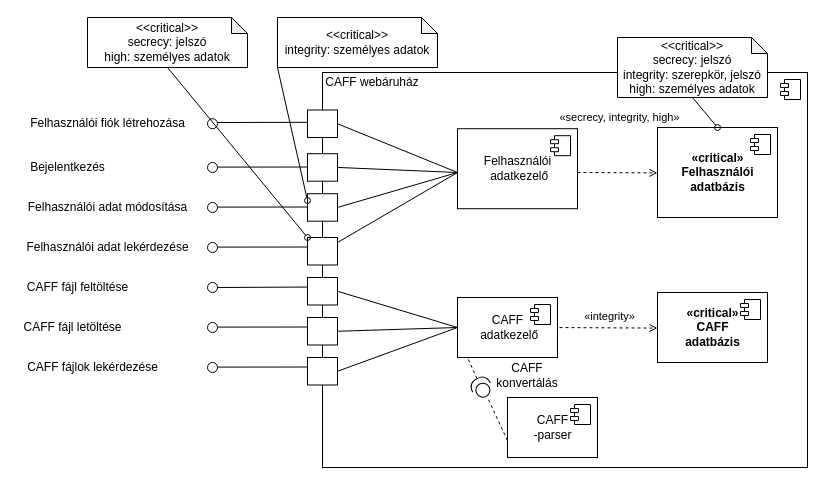
mmarci19/VIHIMA06-hf keeps this draw.io diagram as images/component-diagram.drawio. Above is the earlier version. Source tidied: cells renumbered, new cells numbered last; positions are measured from the earlier drawing's top-left corner, leaving out a move shared by most shapes. Both pictures are drawn from the tidied source at 100%, with x=0, y=0 at pixel (17, 17).
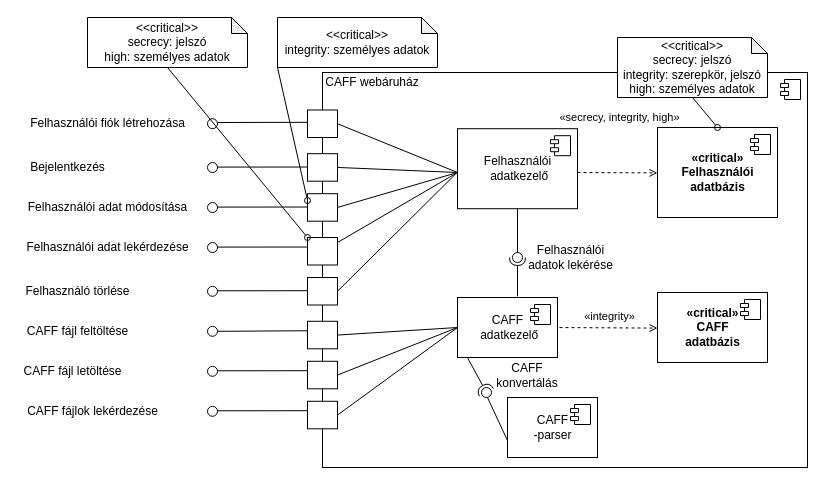
Above is the later version.

Commit message (it also covers changes not shown here):
update component diagram

The change refers to these unchanged cells:
```xml
<mxCell id="53" value="&lt;span&gt;Felhasználói&lt;br&gt;&amp;nbsp;adatkezelő&lt;/span&gt;" style="html=1;labelPosition=center;verticalLabelPosition=middle;align=center;verticalAlign=middle;" parent="1" vertex="1">
  <mxGeometry x="440" y="111.2" width="120" height="80" as="geometry" />
</mxCell>
<mxCell id="55" value="&lt;span&gt;CAFF&lt;br&gt;&amp;nbsp;adatkezelő&lt;/span&gt;" style="html=1;labelPosition=center;verticalLabelPosition=middle;align=center;verticalAlign=middle;" parent="1" vertex="1">
  <mxGeometry x="440" y="280" width="100" height="60" as="geometry" />
</mxCell>
```

Change to the diagram source:
```diff
@@
     <mxCell id="9" value="CAFF fájl feltöltése" style="text;html=1;align=center;verticalAlign=middle;strokeColor=none;fillColor=none;" parent="1" vertex="1">
-      <mxGeometry y="260" width="120" height="20" as="geometry" />
+      <mxGeometry y="303.8" width="120" height="20" as="geometry" />
     </mxCell>
     <mxCell id="10" value="CAFF fájl letöltése" style="text;html=1;align=center;verticalAlign=middle;strokeColor=none;fillColor=none;" parent="1" vertex="1">
-      <mxGeometry y="300" width="110" height="20" as="geometry" />
+      <mxGeometry y="343.8" width="110" height="20" as="geometry" />
     </mxCell>
     <mxCell id="11" value="CAFF fájlok lekérdezése&lt;br&gt;" style="text;html=1;align=center;verticalAlign=middle;strokeColor=none;fillColor=none;" parent="1" vertex="1">
-      <mxGeometry y="340" width="150" height="20" as="geometry" />
+      <mxGeometry y="383.8" width="150" height="20" as="geometry" />
     </mxCell>
@@
     <mxCell id="16" style="endArrow=none;html=1;rounded=0;entryX=0.005;entryY=0.137;entryDx=0;entryDy=0;entryPerimeter=0;startArrow=none;" parent="1" edge="1" source="23">
       <mxGeometry relative="1" as="geometry">
-        <mxPoint x="302.2" y="269.5" as="targetPoint" />
+        <mxPoint x="302.2" y="313.2" as="targetPoint" />
       </mxGeometry>
     </mxCell>
     <mxCell id="17" style="endArrow=none;html=1;rounded=0;entryX=0.005;entryY=0.137;entryDx=0;entryDy=0;entryPerimeter=0;" parent="1" edge="1">
       <mxGeometry relative="1" as="geometry">
-        <mxPoint x="200" y="309.6" as="sourcePoint" />
-        <mxPoint x="302.2" y="309.5" as="targetPoint" />
+        <mxPoint x="200" y="353.3" as="sourcePoint" />
+        <mxPoint x="302.2" y="353.2" as="targetPoint" />
       </mxGeometry>
     </mxCell>
     <mxCell id="18" style="endArrow=none;html=1;rounded=0;entryX=0.005;entryY=0.137;entryDx=0;entryDy=0;entryPerimeter=0;" parent="1" edge="1">
       <mxGeometry relative="1" as="geometry">
-        <mxPoint x="197.8" y="349.6" as="sourcePoint" />
-        <mxPoint x="300" y="349.5" as="targetPoint" />
+        <mxPoint x="197.8" y="393.3" as="sourcePoint" />
+        <mxPoint x="300" y="393.2" as="targetPoint" />
       </mxGeometry>
     </mxCell>
@@
     <mxCell id="23" style="ellipse;whiteSpace=wrap;html=1;" parent="1" vertex="1">
-      <mxGeometry x="190" y="265" width="10" height="10" as="geometry" />
+      <mxGeometry x="190" y="308.8" width="10" height="10" as="geometry" />
     </mxCell>
     <mxCell id="24" style="ellipse;whiteSpace=wrap;html=1;" parent="1" vertex="1">
-      <mxGeometry x="190" y="305" width="10" height="10" as="geometry" />
+      <mxGeometry x="190" y="348.8" width="10" height="10" as="geometry" />
     </mxCell>
     <mxCell id="25" style="ellipse;whiteSpace=wrap;html=1;" parent="1" vertex="1">
-      <mxGeometry x="190" y="345" width="10" height="10" as="geometry" />
+      <mxGeometry x="190" y="388.8" width="10" height="10" as="geometry" />
     </mxCell>
@@
     <mxCell id="30" style="rounded=0;whiteSpace=wrap;html=1;" parent="1" vertex="1">
-      <mxGeometry x="290" y="260" width="30" height="27.5" as="geometry" />
+      <mxGeometry x="290" y="303.8" width="30" height="27.5" as="geometry" />
     </mxCell>
     <mxCell id="31" style="rounded=0;whiteSpace=wrap;html=1;" parent="1" vertex="1">
-      <mxGeometry x="290" y="300" width="30" height="27.5" as="geometry" />
+      <mxGeometry x="290" y="343.8" width="30" height="27.5" as="geometry" />
     </mxCell>
     <mxCell id="32" style="rounded=0;whiteSpace=wrap;html=1;" parent="1" vertex="1">
-      <mxGeometry x="290" y="340" width="30" height="27.5" as="geometry" />
+      <mxGeometry x="290" y="383.8" width="30" height="27.5" as="geometry" />
     </mxCell>
@@
-    <mxCell id="42" style="shape=providedRequiredInterface;html=1;verticalLabelPosition=bottom;sketch=0;rotation=-117;" parent="1" vertex="1">
-      <mxGeometry x="454" y="360" width="20" height="20" as="geometry" />
-    </mxCell>
-    <mxCell id="43" style="endArrow=none;html=1;rounded=0;dashed=1;exitX=1;exitY=0.5;exitDx=0;exitDy=0;exitPerimeter=0;" parent="1" edge="1" source="42">
-      <mxGeometry relative="1" as="geometry">
-        <mxPoint x="450" y="340" as="targetPoint" />
-      </mxGeometry>
-    </mxCell>
-    <mxCell id="44" style="endArrow=none;html=1;rounded=0;dashed=1;exitX=0.75;exitY=1;exitDx=0;exitDy=0;" parent="1" edge="1">
+    <mxCell id="44" style="endArrow=none;html=1;rounded=0;exitX=0.75;exitY=1;exitDx=0;exitDy=0;" parent="1" edge="1">
       <mxGeometry relative="1" as="geometry">
         <mxPoint x="490" y="423.1" as="sourcePoint" />
         <mxPoint x="470" y="380" as="targetPoint" />
       </mxGeometry>
     </mxCell>
@@
+    <mxCell id="64" style="rounded=0;jettySize=auto;html=1;endArrow=none;endFill=0;sketch=0;sourcePerimeterSpacing=0;targetPerimeterSpacing=0;exitX=0.5;exitY=1;exitDx=0;exitDy=0;" parent="1" edge="1" source="53" target="66">
+      <mxGeometry relative="1" as="geometry" />
+    </mxCell>
+    <mxCell id="65" style="rounded=0;jettySize=auto;html=1;endArrow=halfCircle;endFill=0;entryX=0.5;entryY=0.5;endSize=6;strokeWidth=1;sketch=0;exitX=0.6;exitY=-0.017;exitDx=0;exitDy=0;exitPerimeter=0;" parent="1" edge="1" source="55" target="66">
+      <mxGeometry relative="1" as="geometry" />
+    </mxCell>
+    <mxCell id="66" style="ellipse;whiteSpace=wrap;html=1;align=center;points=[];outlineConnect=0;sketch=0;" parent="1" vertex="1">
+      <mxGeometry x="495" y="235" width="10" height="10" as="geometry" />
+    </mxCell>
+    <mxCell id="67" style="ellipse;whiteSpace=wrap;html=1;align=center;sketch=0;" parent="1" vertex="1">
+      <mxGeometry x="464" y="370" width="10" height="10" as="geometry" />
+    </mxCell>
+    <mxCell id="68" style="rounded=0;jettySize=auto;html=1;endArrow=halfCircle;endFill=0;endSize=6;strokeWidth=1;sketch=0;exitX=0.102;exitY=1.009;exitDx=0;exitDy=0;exitPerimeter=0;" parent="1" edge="1" source="55">
+      <mxGeometry relative="1" as="geometry">
+        <mxPoint x="469" y="375" as="targetPoint" />
+      </mxGeometry>
+    </mxCell>
+    <mxCell id="69" value="Felhasználói adatok lekérése" style="text;html=1;strokeColor=none;fillColor=none;align=center;verticalAlign=middle;whiteSpace=wrap;rounded=0;" parent="1" vertex="1">
+      <mxGeometry x="507" y="225" width="93" height="30" as="geometry" />
+    </mxCell>
+    <mxCell id="70" style="endArrow=none;html=1;rounded=0;entryX=0.005;entryY=0.137;entryDx=0;entryDy=0;entryPerimeter=0;" parent="1" edge="1">
+      <mxGeometry relative="1" as="geometry">
+        <mxPoint x="197.8" y="273.3" as="sourcePoint" />
+        <mxPoint x="300" y="273.2" as="targetPoint" />
+      </mxGeometry>
+    </mxCell>
+    <mxCell id="71" style="rounded=0;whiteSpace=wrap;html=1;" parent="1" vertex="1">
+      <mxGeometry x="290" y="260" width="30" height="27.5" as="geometry" />
+    </mxCell>
+    <mxCell id="72" style="ellipse;whiteSpace=wrap;html=1;" parent="1" vertex="1">
+      <mxGeometry x="190" y="268.8" width="10" height="10" as="geometry" />
+    </mxCell>
+    <mxCell id="73" value="Felhasználó törlése" style="text;html=1;align=center;verticalAlign=middle;strokeColor=none;fillColor=none;" parent="1" vertex="1">
+      <mxGeometry y="263.8" width="120" height="20" as="geometry" />
+    </mxCell>
+    <mxCell id="74" style="endArrow=none;html=1;rounded=0;exitX=1;exitY=0.5;exitDx=0;exitDy=0;entryX=-0.009;entryY=0.556;entryDx=0;entryDy=0;entryPerimeter=0;" parent="1" edge="1" source="71" target="53">
+      <mxGeometry relative="1" as="geometry" />
+    </mxCell>
```
